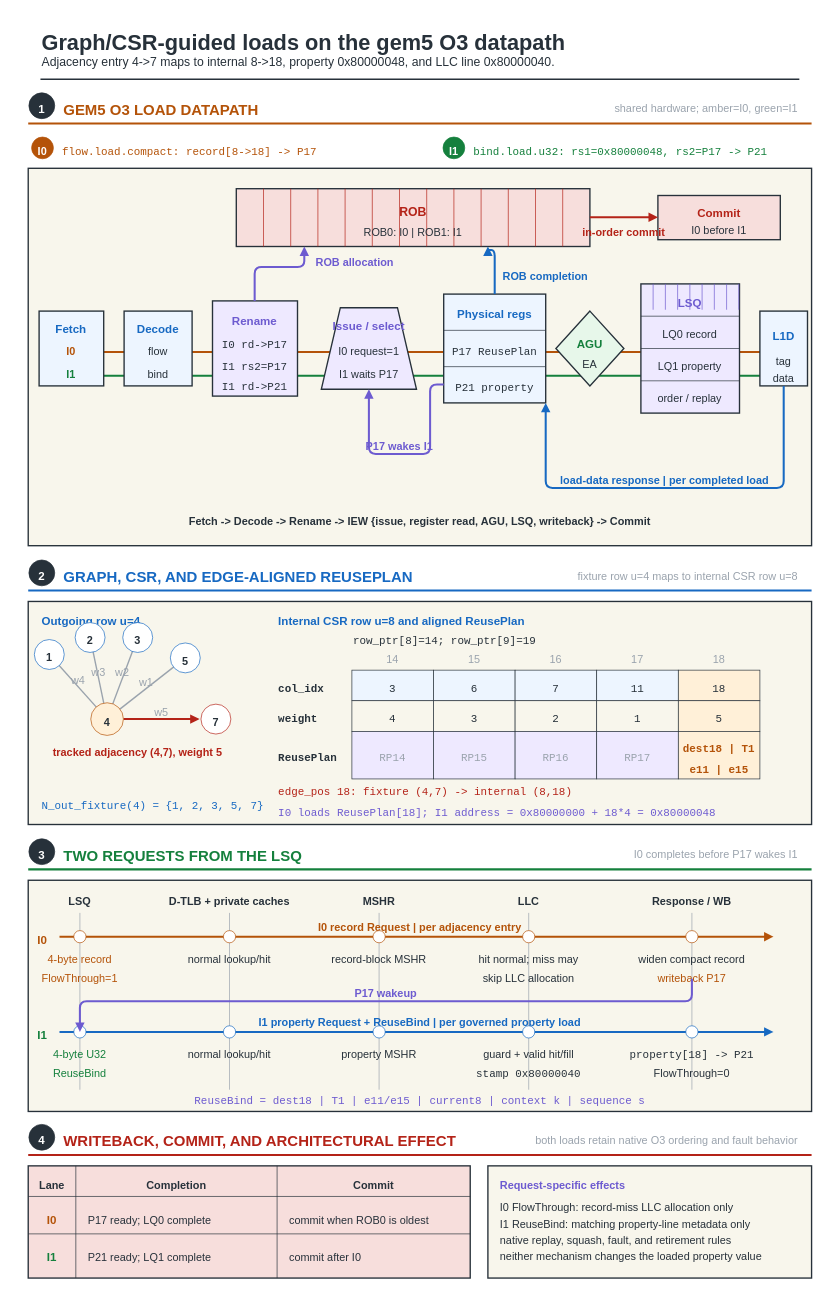
The draw.io diagram fig/wiki_src/risc-v-instruction-path/risc-v-instruction-path-f02-o3-request-pipeline.drawio in UVA-LavaLab/ECG_GrAPL, before the edit. Source tidied: cells renumbered, new cells numbered last; positions are measured from the earlier drawing's top-left corner, leaving out a move shared by most shapes. Both pictures are drawn from the tidied source at 68%, with x=0, y=0 at pixel (12, 12).
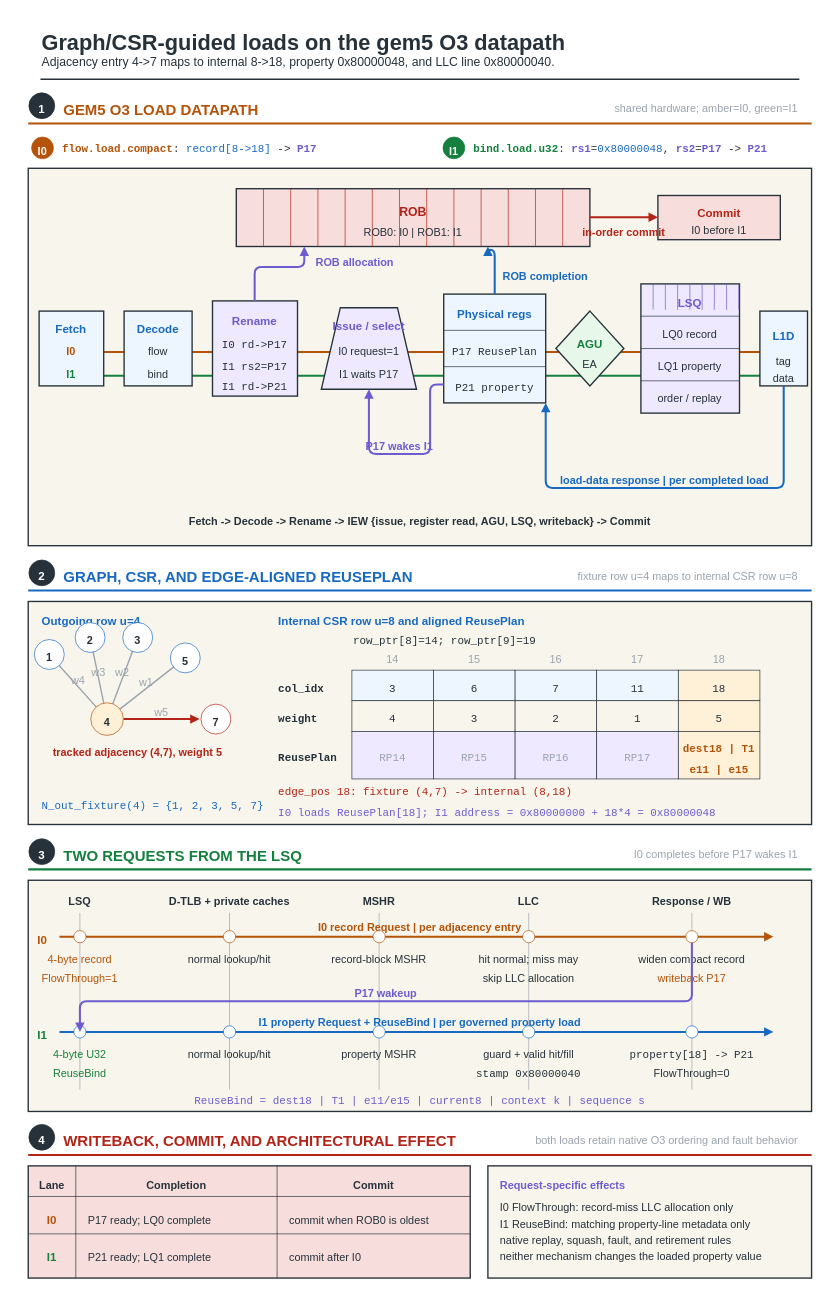
The same page after the edit.

What changed in the source:
```diff
@@
-    <mxCell id="13" value="flow.load.compact: record[8-&gt;18] -&gt; P17" style="text;html=0;strokeColor=none;fillColor=none;align=left;verticalAlign=middle;fontFamily=Courier New;fontSize=16;fontColor=#B45309;fontStyle=0;" parent="1" vertex="1">
+    <mxCell id="13" value="&lt;span style=&quot;color:#B45309;font-weight:700;&quot;&gt;flow.load.compact&lt;/span&gt;&lt;span style=&quot;color:#27313A;&quot;&gt;:&amp;nbsp;&lt;/span&gt;&lt;span style=&quot;color:#1769C2;&quot;&gt;record[8-&amp;gt;18]&lt;/span&gt;&lt;span style=&quot;color:#27313A;&quot;&gt;&amp;nbsp;-&amp;gt;&amp;nbsp;&lt;/span&gt;&lt;span style=&quot;color:#6D5BD0;font-weight:700;&quot;&gt;P17&lt;/span&gt;" style="text;html=1;strokeColor=none;fillColor=none;align=left;verticalAlign=middle;fontFamily=Courier New;fontSize=16;fontColor=#27313A;fontStyle=0;" parent="1" vertex="1">
       <mxGeometry x="72" y="192.2" width="386.9" height="22.4" as="geometry" />
     </mxCell>
@@
-    <mxCell id="16" value="bind.load.u32: rs1=0x80000048, rs2=P17 -&gt; P21" style="text;html=0;strokeColor=none;fillColor=none;align=left;verticalAlign=middle;fontFamily=Courier New;fontSize=16;fontColor=#15803D;fontStyle=0;" parent="1" vertex="1">
+    <mxCell id="16" value="&lt;span style=&quot;color:#15803D;font-weight:700;&quot;&gt;bind.load.u32&lt;/span&gt;&lt;span style=&quot;color:#27313A;&quot;&gt;:&amp;nbsp;&lt;/span&gt;&lt;span style=&quot;color:#6D5BD0;font-weight:700;&quot;&gt;rs1&lt;/span&gt;&lt;span style=&quot;color:#27313A;&quot;&gt;=&lt;/span&gt;&lt;span style=&quot;color:#1769C2;&quot;&gt;0x80000048&lt;/span&gt;&lt;span style=&quot;color:#27313A;&quot;&gt;,&amp;nbsp;&lt;/span&gt;&lt;span style=&quot;color:#6D5BD0;font-weight:700;&quot;&gt;rs2&lt;/span&gt;&lt;span style=&quot;color:#27313A;&quot;&gt;=&lt;/span&gt;&lt;span style=&quot;color:#6D5BD0;font-weight:700;&quot;&gt;P17&lt;/span&gt;&lt;span style=&quot;color:#27313A;&quot;&gt;&amp;nbsp;-&amp;gt;&amp;nbsp;&lt;/span&gt;&lt;span style=&quot;color:#6D5BD0;font-weight:700;&quot;&gt;P21&lt;/span&gt;" style="text;html=1;strokeColor=none;fillColor=none;align=left;verticalAlign=middle;fontFamily=Courier New;fontSize=16;fontColor=#27313A;fontStyle=0;" parent="1" vertex="1">
       <mxGeometry x="677" y="192.2" width="446.4" height="22.4" as="geometry" />
     </mxCell>
@@
     <mxCell id="208" style="edgeStyle=none;html=0;strokeColor=#6D5BD0;strokeWidth=3;startArrow=none;endArrow=block;endFill=1;" parent="1" edge="1">
       <mxGeometry relative="1" as="geometry">
-        <mxPoint x="1000" y="1422" as="sourcePoint" />
+        <mxPoint x="1000" y="1369" as="sourcePoint" />
         <mxPoint x="100" y="1500" as="targetPoint" />
         <Array as="points">
           <mxPoint x="1000" y="1455" />
           <mxPoint x="100" y="1455" />
         </Array>
       </mxGeometry>
     </mxCell>
```
